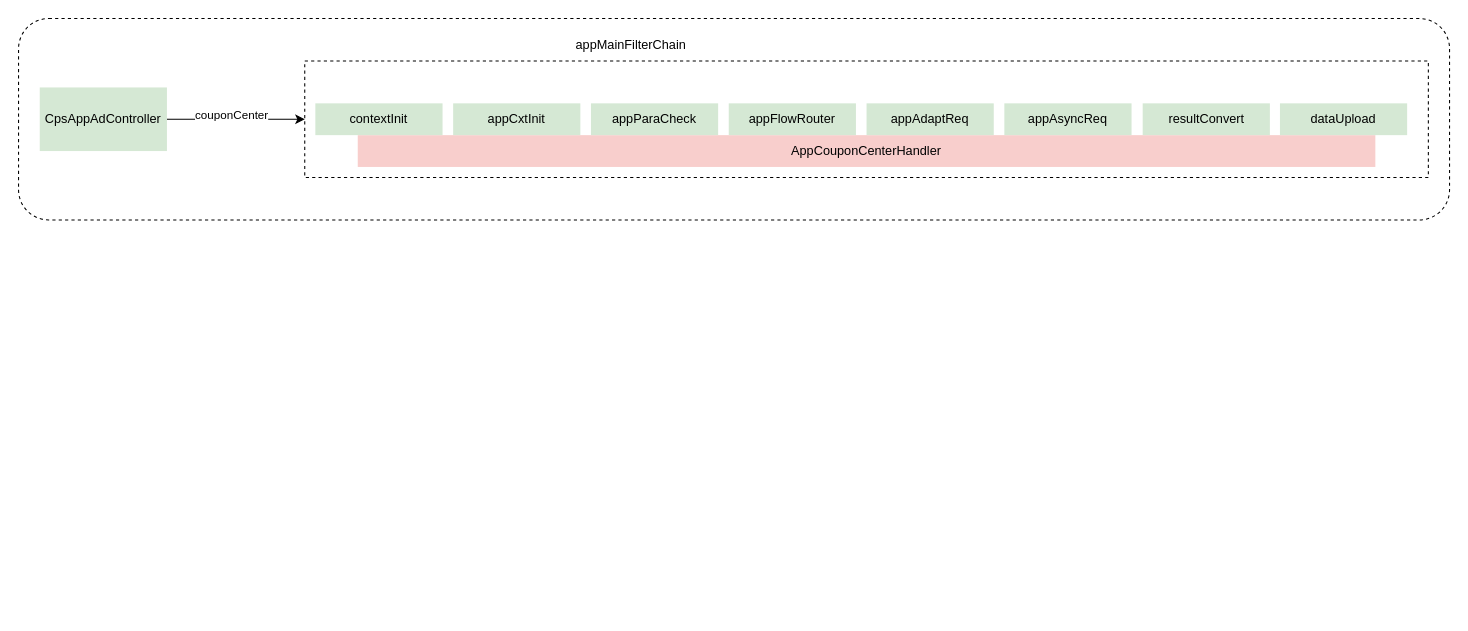
karlchan-cn/drawio-repository keeps this draw.io diagram as page "APP领券中心" (1 of 18) of universal-engine/CPS.drawio. Above is the earlier version. Source tidied: cells renumbered, new cells numbered last; positions are measured from the earlier drawing's top-left corner, leaving out a move shared by most shapes. Both pictures are drawn from the tidied source at 106%, with x=0, y=0 at pixel (18, 18).
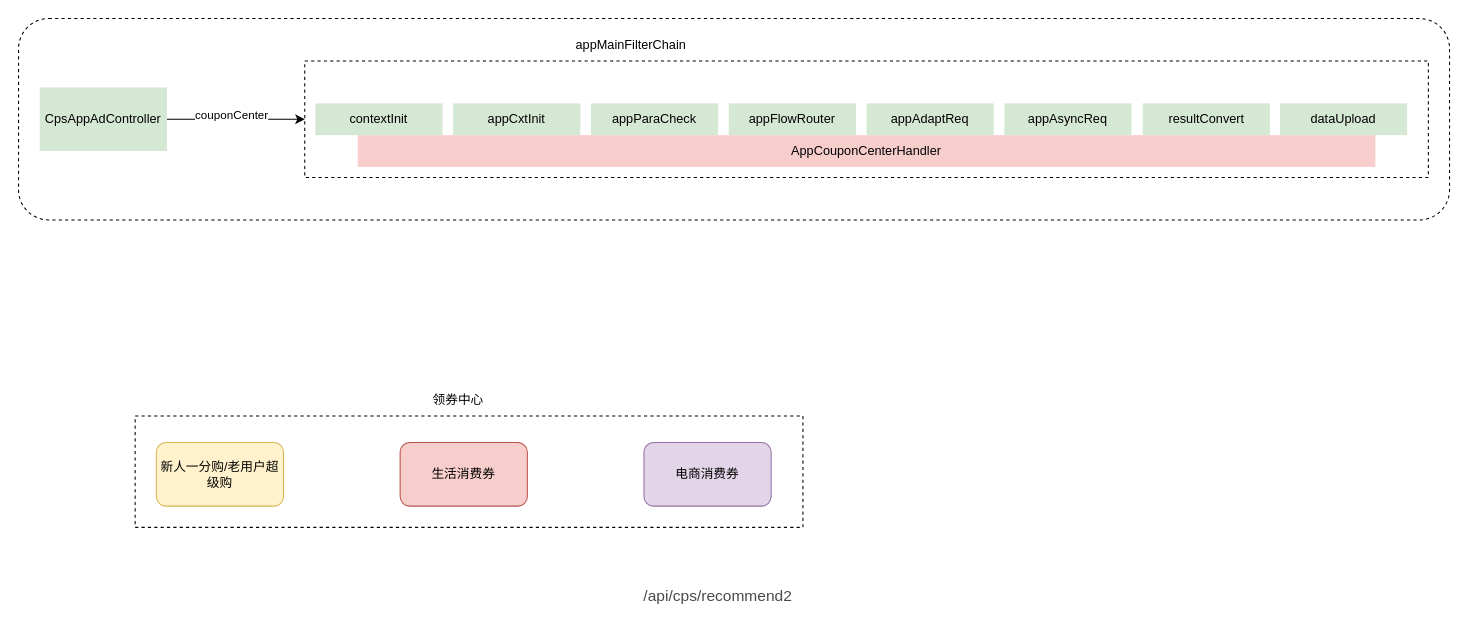
After the change.

The edit, as a diff of the source:
```diff
@@
+    <mxCell id="17" style="rounded=0;whiteSpace=wrap;html=1;fillColor=none;dashed=1;" parent="1" vertex="1">
+      <mxGeometry x="110" y="375" width="630" height="105" as="geometry" />
+    </mxCell>
@@
+    <mxCell id="18" value="新人一分购/老用户超级购" style="rounded=1;whiteSpace=wrap;html=1;fillColor=#fff2cc;strokeColor=#d6b656;" parent="1" vertex="1">
+      <mxGeometry x="130" y="400" width="120" height="60" as="geometry" />
+    </mxCell>
+    <mxCell id="19" value="生活消费券" style="rounded=1;whiteSpace=wrap;html=1;fillColor=#f8cecc;strokeColor=#b85450;" parent="1" vertex="1">
+      <mxGeometry x="360" y="400" width="120" height="60" as="geometry" />
+    </mxCell>
+    <mxCell id="20" value="电商消费券" style="rounded=1;whiteSpace=wrap;html=1;fillColor=#e1d5e7;strokeColor=#9673a6;" parent="1" vertex="1">
+      <mxGeometry x="590" y="400" width="120" height="60" as="geometry" />
+    </mxCell>
+    <mxCell id="21" value="领券中心" style="text;html=1;align=center;verticalAlign=middle;whiteSpace=wrap;rounded=0;" parent="1" vertex="1">
+      <mxGeometry x="360" y="345" width="110" height="30" as="geometry" />
+    </mxCell>
+    <mxCell id="22" value="&lt;span&gt;&lt;p style=&quot;line-height: 100%;margin-bottom: 0pt;margin-top: 0pt;font-size: 11pt;color: #494949;&quot; class=&quot;ql-direction-ltr&quot;&gt;&lt;span class=&quot;ql-author-10038&quot;&gt;/api/cps/recommend2&lt;/span&gt;&lt;/p&gt;&lt;/span&gt;" style="text;html=1;align=center;verticalAlign=middle;whiteSpace=wrap;rounded=0;" parent="1" vertex="1">
+      <mxGeometry x="560" y="530" width="200" height="30" as="geometry" />
+    </mxCell>
```
